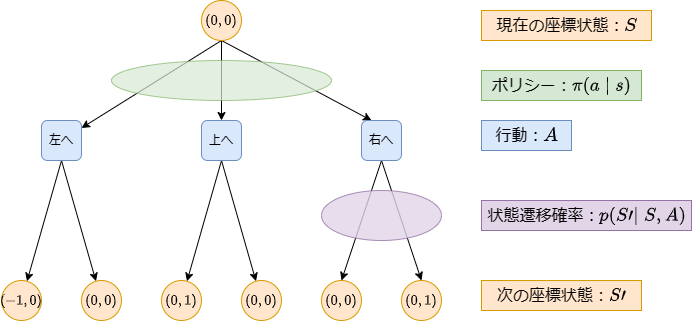
Before: images/state_transition.png, a diagram exported from draw.io (nikaided/FTLLM). Source tidied: cells renumbered, new cells last; positions are measured from the earlier drawing's top-left corner, leaving out a move shared by most shapes. Its diagram source:
```xml
<mxGraphModel math="1">
  <root>
    <mxCell id="0" />
    <mxCell id="1" parent="0" />
    <mxCell id="2" style="edgeStyle=orthogonalEdgeStyle;rounded=0;jettySize=auto;html=1;exitX=0.5;exitY=1;exitDx=0;exitDy=0;" parent="1" edge="1" source="5" target="17">
      <mxGeometry relative="1" as="geometry" />
    </mxCell>
    <mxCell id="3" style="rounded=0;jettySize=auto;html=1;exitX=0.5;exitY=1;exitDx=0;exitDy=0;entryX=0.25;entryY=0;entryDx=0;entryDy=0;" parent="1" edge="1" source="5" target="20">
      <mxGeometry relative="1" as="geometry" />
    </mxCell>
    <mxCell id="4" style="rounded=0;jettySize=auto;html=1;exitX=0.5;exitY=1;exitDx=0;exitDy=0;" parent="1" edge="1" source="5" target="14">
      <mxGeometry relative="1" as="geometry" />
    </mxCell>
    <mxCell id="5" value="`(0,0)`" style="ellipse;whiteSpace=wrap;html=1;fillColor=#ffe6cc;strokeColor=#d79b00;" parent="1" vertex="1">
      <mxGeometry x="200" width="40" height="40" as="geometry" />
    </mxCell>
    <mxCell id="6" value="`(0,1)`" style="ellipse;whiteSpace=wrap;html=1;fillColor=#ffe6cc;strokeColor=#d79b00;" parent="1" vertex="1">
      <mxGeometry x="400" y="280" width="40" height="40" as="geometry" />
    </mxCell>
    <mxCell id="7" value="`(0,0)`" style="ellipse;whiteSpace=wrap;html=1;fillColor=#ffe6cc;strokeColor=#d79b00;" parent="1" vertex="1">
      <mxGeometry x="320" y="280" width="40" height="40" as="geometry" />
    </mxCell>
    <mxCell id="8" value="`(0,0)`" style="ellipse;whiteSpace=wrap;html=1;fillColor=#ffe6cc;strokeColor=#d79b00;" parent="1" vertex="1">
      <mxGeometry x="240" y="280" width="40" height="40" as="geometry" />
    </mxCell>
    <mxCell id="9" value="`(0,1)`" style="ellipse;whiteSpace=wrap;html=1;fillColor=#ffe6cc;strokeColor=#d79b00;" parent="1" vertex="1">
      <mxGeometry x="160" y="280" width="40" height="40" as="geometry" />
    </mxCell>
    <mxCell id="10" value="`(0,0)`" style="ellipse;whiteSpace=wrap;html=1;fillColor=#ffe6cc;strokeColor=#d79b00;" parent="1" vertex="1">
      <mxGeometry x="80" y="280" width="40" height="40" as="geometry" />
    </mxCell>
    <mxCell id="11" value="`(-1,0)`" style="ellipse;whiteSpace=wrap;html=1;fillColor=#ffe6cc;strokeColor=#d79b00;" parent="1" vertex="1">
      <mxGeometry y="280" width="40" height="40" as="geometry" />
    </mxCell>
    <mxCell id="12" style="rounded=0;jettySize=auto;html=1;exitX=0.5;exitY=1;exitDx=0;exitDy=0;" parent="1" edge="1" source="14" target="11">
      <mxGeometry relative="1" as="geometry" />
    </mxCell>
    <mxCell id="13" style="rounded=0;jettySize=auto;html=1;exitX=0.5;exitY=1;exitDx=0;exitDy=0;" parent="1" edge="1" source="14" target="10">
      <mxGeometry relative="1" as="geometry" />
    </mxCell>
    <mxCell id="14" value="左へ" style="rounded=1;whiteSpace=wrap;html=1;fillColor=#dae8fc;strokeColor=#6c8ebf;" parent="1" vertex="1">
      <mxGeometry x="40" y="120" width="40" height="40" as="geometry" />
    </mxCell>
    <mxCell id="15" style="rounded=0;jettySize=auto;html=1;exitX=0.5;exitY=1;exitDx=0;exitDy=0;" parent="1" edge="1" source="17" target="9">
      <mxGeometry relative="1" as="geometry" />
    </mxCell>
    <mxCell id="16" style="rounded=0;jettySize=auto;html=1;exitX=0.5;exitY=1;exitDx=0;exitDy=0;" parent="1" edge="1" source="17" target="8">
      <mxGeometry relative="1" as="geometry" />
    </mxCell>
    <mxCell id="17" value="上へ" style="rounded=1;whiteSpace=wrap;html=1;fillColor=#dae8fc;strokeColor=#6c8ebf;" parent="1" vertex="1">
      <mxGeometry x="200" y="120" width="40" height="40" as="geometry" />
    </mxCell>
    <mxCell id="18" style="rounded=0;jettySize=auto;html=1;exitX=0.5;exitY=1;exitDx=0;exitDy=0;entryX=0.5;entryY=0;entryDx=0;entryDy=0;" parent="1" edge="1" source="20" target="7">
      <mxGeometry relative="1" as="geometry" />
    </mxCell>
    <mxCell id="19" style="rounded=0;jettySize=auto;html=1;exitX=0.5;exitY=1;exitDx=0;exitDy=0;entryX=0.5;entryY=0;entryDx=0;entryDy=0;" parent="1" edge="1" source="20" target="6">
      <mxGeometry relative="1" as="geometry" />
    </mxCell>
    <mxCell id="20" value="右へ" style="rounded=1;whiteSpace=wrap;html=1;fillColor=#dae8fc;strokeColor=#6c8ebf;" parent="1" vertex="1">
      <mxGeometry x="360" y="120" width="40" height="40" as="geometry" />
    </mxCell>
    <mxCell id="21" value="&lt;font style=&quot;font-size: 16px;&quot;&gt;現在の座標状態：`S`&lt;/font&gt;" style="text;html=1;align=center;verticalAlign=middle;strokeColor=#d79b00;fillColor=#ffe6cc;" parent="1" vertex="1">
      <mxGeometry x="480" y="10" width="170" height="30" as="geometry" />
    </mxCell>
    <mxCell id="22" value="&lt;font style=&quot;font-size: 16px;&quot;&gt;次の座標状態：`S’`&lt;/font&gt;" style="text;html=1;align=center;verticalAlign=middle;strokeColor=#d79b00;fillColor=#ffe6cc;" parent="1" vertex="1">
      <mxGeometry x="480" y="280" width="160" height="30" as="geometry" />
    </mxCell>
    <mxCell id="23" value="&lt;font style=&quot;font-size: 16px;&quot;&gt;行動：`A`&lt;/font&gt;" style="text;html=1;align=center;verticalAlign=middle;strokeColor=#6c8ebf;fillColor=#dae8fc;" parent="1" vertex="1">
      <mxGeometry x="480" y="120" width="90" height="30" as="geometry" />
    </mxCell>
    <mxCell id="24" style="ellipse;whiteSpace=wrap;html=1;fillColor=#d5e8d4;strokeColor=#82b366;opacity=70;" parent="1" vertex="1">
      <mxGeometry x="110" y="60" width="220" height="40" as="geometry" />
    </mxCell>
    <mxCell id="25" style="ellipse;whiteSpace=wrap;html=1;fillColor=#e1d5e7;strokeColor=#9673a6;opacity=80;" parent="1" vertex="1">
      <mxGeometry x="320" y="190" width="120" height="50" as="geometry" />
    </mxCell>
    <mxCell id="26" value="&lt;font style=&quot;font-size: 16px;&quot;&gt;ポリシー：`\pi(a|s)`&lt;br&gt;&lt;/font&gt;" style="text;html=1;align=center;verticalAlign=middle;strokeColor=#82b366;fillColor=#d5e8d4;" parent="1" vertex="1">
      <mxGeometry x="480" y="70" width="160" height="30" as="geometry" />
    </mxCell>
    <mxCell id="27" value="&lt;font style=&quot;font-size: 16px;&quot;&gt;状態遷移確率：`p(S'|S,A)`&lt;/font&gt;" style="text;html=1;align=center;verticalAlign=middle;strokeColor=#9673a6;fillColor=#e1d5e7;" parent="1" vertex="1">
      <mxGeometry x="480" y="200" width="210" height="30" as="geometry" />
    </mxCell>
  </root>
</mxGraphModel>
```
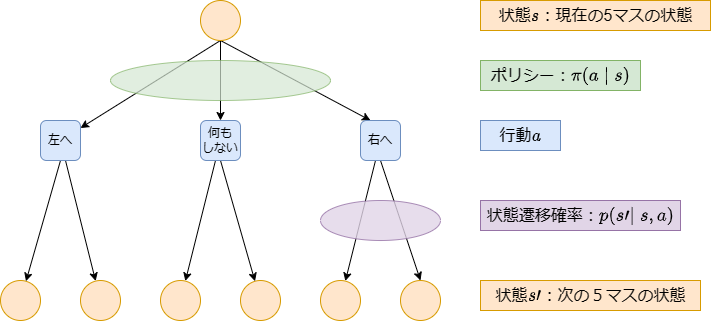
After the change.

Diff of the diagram source:
```diff
@@ -11,74 +11,74 @@
     <mxCell id="4" style="rounded=0;jettySize=auto;html=1;exitX=0.5;exitY=1;exitDx=0;exitDy=0;" parent="1" edge="1" source="5" target="14">
       <mxGeometry relative="1" as="geometry" />
     </mxCell>
-    <mxCell id="5" value="`(0,0)`" style="ellipse;whiteSpace=wrap;html=1;fillColor=#ffe6cc;strokeColor=#d79b00;" parent="1" vertex="1">
+    <mxCell id="5" style="ellipse;whiteSpace=wrap;html=1;fillColor=#ffe6cc;strokeColor=#d79b00;" parent="1" vertex="1">
       <mxGeometry x="200" width="40" height="40" as="geometry" />
     </mxCell>
-    <mxCell id="6" value="`(0,1)`" style="ellipse;whiteSpace=wrap;html=1;fillColor=#ffe6cc;strokeColor=#d79b00;" parent="1" vertex="1">
-      <mxGeometry x="400" y="280" width="40" height="40" as="geometry" />
-    </mxCell>
-    <mxCell id="7" value="`(0,0)`" style="ellipse;whiteSpace=wrap;html=1;fillColor=#ffe6cc;strokeColor=#d79b00;" parent="1" vertex="1">
-      <mxGeometry x="320" y="280" width="40" height="40" as="geometry" />
+    <mxCell id="7" style="ellipse;whiteSpace=wrap;html=1;fillColor=#ffe6cc;strokeColor=#d79b00;" parent="1" vertex="1">
+      <mxGeometry x="400" y="280" width="40" height="40" as="geometry" />
     </mxCell>
-    <mxCell id="8" value="`(0,0)`" style="ellipse;whiteSpace=wrap;html=1;fillColor=#ffe6cc;strokeColor=#d79b00;" parent="1" vertex="1">
-      <mxGeometry x="240" y="280" width="40" height="40" as="geometry" />
-    </mxCell>
-    <mxCell id="9" value="`(0,1)`" style="ellipse;whiteSpace=wrap;html=1;fillColor=#ffe6cc;strokeColor=#d79b00;" parent="1" vertex="1">
-      <mxGeometry x="160" y="280" width="40" height="40" as="geometry" />
+    <mxCell id="9" style="ellipse;whiteSpace=wrap;html=1;fillColor=#ffe6cc;strokeColor=#d79b00;" parent="1" vertex="1">
+      <mxGeometry x="240" y="280" width="40" height="40" as="geometry" />
     </mxCell>
-    <mxCell id="10" value="`(0,0)`" style="ellipse;whiteSpace=wrap;html=1;fillColor=#ffe6cc;strokeColor=#d79b00;" parent="1" vertex="1">
-      <mxGeometry x="80" y="280" width="40" height="40" as="geometry" />
-    </mxCell>
-    <mxCell id="11" value="`(-1,0)`" style="ellipse;whiteSpace=wrap;html=1;fillColor=#ffe6cc;strokeColor=#d79b00;" parent="1" vertex="1">
+    <mxCell id="11" style="ellipse;whiteSpace=wrap;html=1;fillColor=#ffe6cc;strokeColor=#d79b00;" parent="1" vertex="1">
       <mxGeometry y="280" width="40" height="40" as="geometry" />
     </mxCell>
     <mxCell id="12" style="rounded=0;jettySize=auto;html=1;exitX=0.5;exitY=1;exitDx=0;exitDy=0;" parent="1" edge="1" source="14" target="11">
       <mxGeometry relative="1" as="geometry" />
     </mxCell>
-    <mxCell id="13" style="rounded=0;jettySize=auto;html=1;exitX=0.5;exitY=1;exitDx=0;exitDy=0;" parent="1" edge="1" source="14" target="10">
-      <mxGeometry relative="1" as="geometry" />
-    </mxCell>
+    <mxCell id="28" style="rounded=0;jettySize=auto;html=1;" parent="1" edge="1" source="14" target="31">
+      <mxGeometry relative="1" as="geometry" />
+    </mxCell>
     <mxCell id="14" value="左へ" style="rounded=1;whiteSpace=wrap;html=1;fillColor=#dae8fc;strokeColor=#6c8ebf;" parent="1" vertex="1">
       <mxGeometry x="40" y="120" width="40" height="40" as="geometry" />
     </mxCell>
     <mxCell id="15" style="rounded=0;jettySize=auto;html=1;exitX=0.5;exitY=1;exitDx=0;exitDy=0;" parent="1" edge="1" source="17" target="9">
       <mxGeometry relative="1" as="geometry" />
     </mxCell>
-    <mxCell id="16" style="rounded=0;jettySize=auto;html=1;exitX=0.5;exitY=1;exitDx=0;exitDy=0;" parent="1" edge="1" source="17" target="8">
-      <mxGeometry relative="1" as="geometry" />
-    </mxCell>
+    <mxCell id="29" style="rounded=0;jettySize=auto;html=1;" parent="1" edge="1" source="17" target="32">
+      <mxGeometry relative="1" as="geometry" />
+    </mxCell>
-    <mxCell id="17" value="上へ" style="rounded=1;whiteSpace=wrap;html=1;fillColor=#dae8fc;strokeColor=#6c8ebf;" parent="1" vertex="1">
+    <mxCell id="17" value="何も&lt;br&gt;しない" style="rounded=1;whiteSpace=wrap;html=1;fillColor=#dae8fc;strokeColor=#6c8ebf;" parent="1" vertex="1">
       <mxGeometry x="200" y="120" width="40" height="40" as="geometry" />
     </mxCell>
     <mxCell id="18" style="rounded=0;jettySize=auto;html=1;exitX=0.5;exitY=1;exitDx=0;exitDy=0;entryX=0.5;entryY=0;entryDx=0;entryDy=0;" parent="1" edge="1" source="20" target="7">
       <mxGeometry relative="1" as="geometry" />
     </mxCell>
-    <mxCell id="19" style="rounded=0;jettySize=auto;html=1;exitX=0.5;exitY=1;exitDx=0;exitDy=0;entryX=0.5;entryY=0;entryDx=0;entryDy=0;" parent="1" edge="1" source="20" target="6">
-      <mxGeometry relative="1" as="geometry" />
-    </mxCell>
+    <mxCell id="30" style="rounded=0;jettySize=auto;html=1;" parent="1" edge="1" source="20" target="33">
+      <mxGeometry relative="1" as="geometry" />
+    </mxCell>
     <mxCell id="20" value="右へ" style="rounded=1;whiteSpace=wrap;html=1;fillColor=#dae8fc;strokeColor=#6c8ebf;" parent="1" vertex="1">
       <mxGeometry x="360" y="120" width="40" height="40" as="geometry" />
     </mxCell>
-    <mxCell id="21" value="&lt;font style=&quot;font-size: 16px;&quot;&gt;現在の座標状態：`S`&lt;/font&gt;" style="text;html=1;align=center;verticalAlign=middle;strokeColor=#d79b00;fillColor=#ffe6cc;" parent="1" vertex="1">
-      <mxGeometry x="480" y="10" width="170" height="30" as="geometry" />
+    <mxCell id="21" value="&lt;font style=&quot;font-size: 16px;&quot;&gt;状態`s`：現在の5マスの状態&lt;br&gt;&lt;/font&gt;" style="text;html=1;align=center;verticalAlign=middle;strokeColor=#d79b00;fillColor=#ffe6cc;" parent="1" vertex="1">
+      <mxGeometry x="480" width="230" height="30" as="geometry" />
     </mxCell>
-    <mxCell id="22" value="&lt;font style=&quot;font-size: 16px;&quot;&gt;次の座標状態：`S’`&lt;/font&gt;" style="text;html=1;align=center;verticalAlign=middle;strokeColor=#d79b00;fillColor=#ffe6cc;" parent="1" vertex="1">
-      <mxGeometry x="480" y="280" width="160" height="30" as="geometry" />
+    <mxCell id="22" value="&lt;font style=&quot;font-size: 16px;&quot;&gt;状態`s'`：次の５マスの状態&lt;/font&gt;" style="text;html=1;align=center;verticalAlign=middle;strokeColor=#d79b00;fillColor=#ffe6cc;" parent="1" vertex="1">
+      <mxGeometry x="480" y="280" width="220" height="30" as="geometry" />
     </mxCell>
-    <mxCell id="23" value="&lt;font style=&quot;font-size: 16px;&quot;&gt;行動：`A`&lt;/font&gt;" style="text;html=1;align=center;verticalAlign=middle;strokeColor=#6c8ebf;fillColor=#dae8fc;" parent="1" vertex="1">
-      <mxGeometry x="480" y="120" width="90" height="30" as="geometry" />
+    <mxCell id="23" value="&lt;font style=&quot;font-size: 16px;&quot;&gt;行動`a`&lt;/font&gt;" style="text;html=1;align=center;verticalAlign=middle;strokeColor=#6c8ebf;fillColor=#dae8fc;" parent="1" vertex="1">
+      <mxGeometry x="480" y="120" width="80" height="30" as="geometry" />
     </mxCell>
     <mxCell id="24" style="ellipse;whiteSpace=wrap;html=1;fillColor=#d5e8d4;strokeColor=#82b366;opacity=70;" parent="1" vertex="1">
       <mxGeometry x="110" y="60" width="220" height="40" as="geometry" />
     </mxCell>
     <mxCell id="25" style="ellipse;whiteSpace=wrap;html=1;fillColor=#e1d5e7;strokeColor=#9673a6;opacity=80;" parent="1" vertex="1">
-      <mxGeometry x="320" y="190" width="120" height="50" as="geometry" />
+      <mxGeometry x="320" y="200" width="120" height="40" as="geometry" />
     </mxCell>
     <mxCell id="26" value="&lt;font style=&quot;font-size: 16px;&quot;&gt;ポリシー：`\pi(a|s)`&lt;br&gt;&lt;/font&gt;" style="text;html=1;align=center;verticalAlign=middle;strokeColor=#82b366;fillColor=#d5e8d4;" parent="1" vertex="1">
-      <mxGeometry x="480" y="70" width="160" height="30" as="geometry" />
+      <mxGeometry x="480" y="60" width="160" height="30" as="geometry" />
     </mxCell>
-    <mxCell id="27" value="&lt;font style=&quot;font-size: 16px;&quot;&gt;状態遷移確率：`p(S'|S,A)`&lt;/font&gt;" style="text;html=1;align=center;verticalAlign=middle;strokeColor=#9673a6;fillColor=#e1d5e7;" parent="1" vertex="1">
-      <mxGeometry x="480" y="200" width="210" height="30" as="geometry" />
+    <mxCell id="27" value="&lt;font style=&quot;font-size: 16px;&quot;&gt;状態遷移確率：`p(s'|s,a)`&lt;/font&gt;" style="text;html=1;align=center;verticalAlign=middle;strokeColor=#9673a6;fillColor=#e1d5e7;" parent="1" vertex="1">
+      <mxGeometry x="480" y="200" width="200" height="30" as="geometry" />
     </mxCell>
+    <mxCell id="31" style="ellipse;whiteSpace=wrap;html=1;fillColor=#ffe6cc;strokeColor=#d79b00;" parent="1" vertex="1">
+      <mxGeometry x="80" y="280" width="40" height="40" as="geometry" />
+    </mxCell>
+    <mxCell id="32" style="ellipse;whiteSpace=wrap;html=1;fillColor=#ffe6cc;strokeColor=#d79b00;" parent="1" vertex="1">
+      <mxGeometry x="160" y="280" width="40" height="40" as="geometry" />
+    </mxCell>
+    <mxCell id="33" style="ellipse;whiteSpace=wrap;html=1;fillColor=#ffe6cc;strokeColor=#d79b00;" parent="1" vertex="1">
+      <mxGeometry x="320" y="280" width="40" height="40" as="geometry" />
+    </mxCell>
   </root>
 </mxGraphModel>
```
